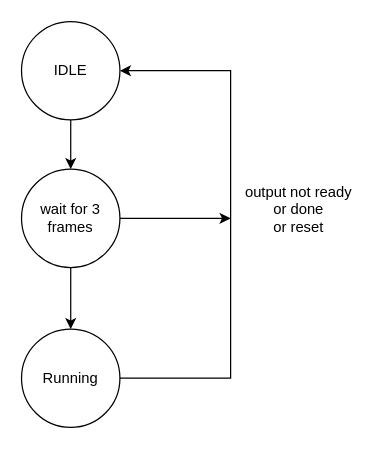
Above: drawings/State_Machine.drawio in sabarioded/Hardware_for_Digital_Video_Motion_Detector (draw.io), before the change. Source tidied: cells renumbered, new cells numbered last; positions are measured from the earlier drawing's top-left corner, leaving out a move shared by most shapes. Both pictures are drawn from the tidied source at 123%, with x=0, y=0 at pixel (21, 21).
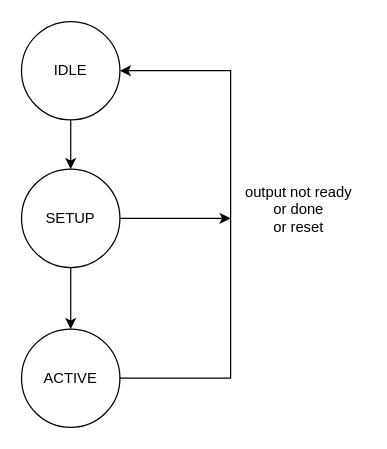
The same diagram, later.

Diff of the diagram source:
```diff
@@
 <mxGraphModel>
   <root>
     <mxCell id="0" />
     <mxCell id="1" parent="0" />
     <mxCell id="2" style="edgeStyle=orthogonalEdgeStyle;rounded=0;jettySize=auto;html=1;" parent="1" edge="1" source="3" target="5">
       <mxGeometry relative="1" as="geometry" />
     </mxCell>
     <mxCell id="3" value="IDLE" style="ellipse;whiteSpace=wrap;html=1;" parent="1" vertex="1">
       <mxGeometry width="80" height="80" as="geometry" />
     </mxCell>
     <mxCell id="4" style="edgeStyle=orthogonalEdgeStyle;rounded=0;jettySize=auto;html=1;" parent="1" edge="1" source="5" target="6">
       <mxGeometry relative="1" as="geometry" />
     </mxCell>
-    <mxCell id="5" value="wait for 3 frames" style="ellipse;whiteSpace=wrap;html=1;" parent="1" vertex="1">
+    <mxCell id="5" value="SETUP" style="ellipse;whiteSpace=wrap;html=1;" parent="1" vertex="1">
       <mxGeometry y="120" width="80" height="80" as="geometry" />
     </mxCell>
-    <mxCell id="6" value="Running" style="ellipse;whiteSpace=wrap;html=1;" parent="1" vertex="1">
+    <mxCell id="6" value="ACTIVE" style="ellipse;whiteSpace=wrap;html=1;" parent="1" vertex="1">
       <mxGeometry y="250" width="80" height="80" as="geometry" />
     </mxCell>
     <mxCell id="7" style="endArrow=classic;html=1;rounded=0;exitX=1;exitY=0.5;exitDx=0;exitDy=0;entryX=1;entryY=0.5;entryDx=0;entryDy=0;" parent="1" edge="1" source="6" target="3">
       <mxGeometry relative="1" as="geometry">
         <Array as="points">
           <mxPoint x="170" y="290" />
           <mxPoint x="170" y="40" />
         </Array>
       </mxGeometry>
     </mxCell>
     <mxCell id="8" style="endArrow=classic;html=1;rounded=0;exitX=1;exitY=0.5;exitDx=0;exitDy=0;" parent="1" edge="1" source="5">
       <mxGeometry relative="1" as="geometry">
         <mxPoint x="170" y="160" as="targetPoint" />
       </mxGeometry>
     </mxCell>
     <mxCell id="9" value="output not ready&lt;div&gt;or done&lt;/div&gt;&lt;div&gt;or reset&lt;br&gt;&lt;div&gt;&lt;br&gt;&lt;/div&gt;&lt;/div&gt;" style="text;html=1;align=center;verticalAlign=middle;strokeColor=none;fillColor=none;" parent="1" vertex="1">
       <mxGeometry x="170" y="125" width="110" height="70" as="geometry" />
     </mxCell>
   </root>
 </mxGraphModel>
```
